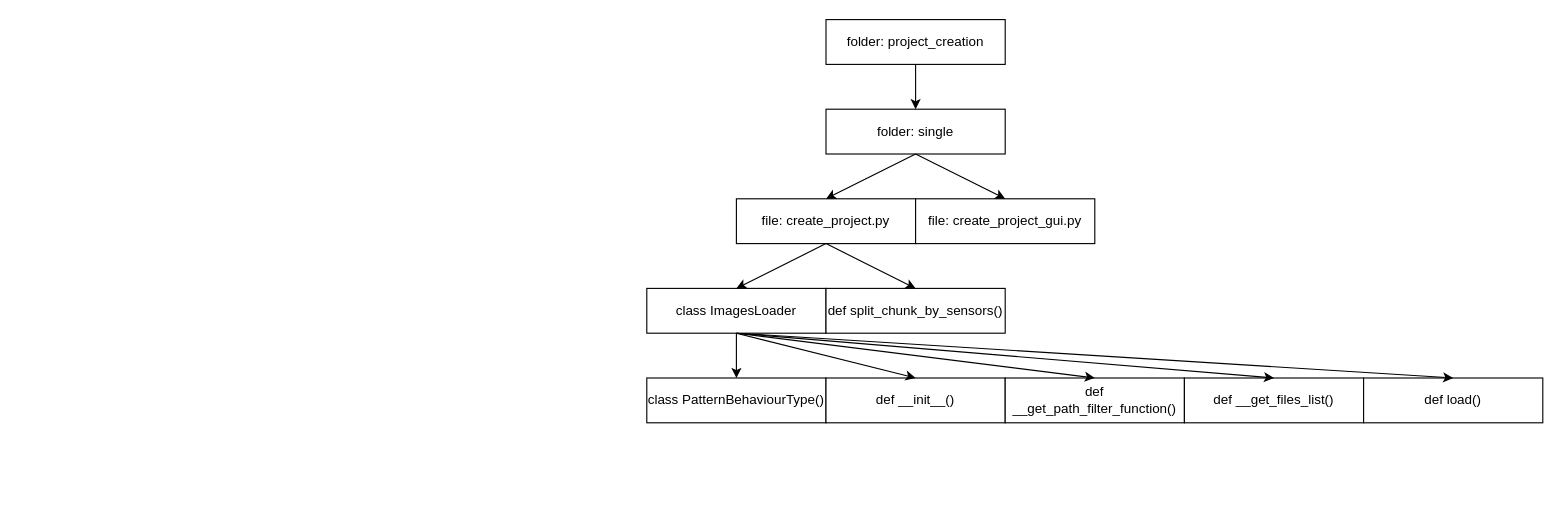
go-enov/diagrams keeps this draw.io diagram as CreateProjectFromDir.drawio. Above is the earlier version. Source tidied: cells renumbered, new cells numbered last; positions are measured from the earlier drawing's top-left corner, leaving out a move shared by most shapes. Both pictures are drawn from the tidied source at 112%, with x=0, y=0 at pixel (646, 19).
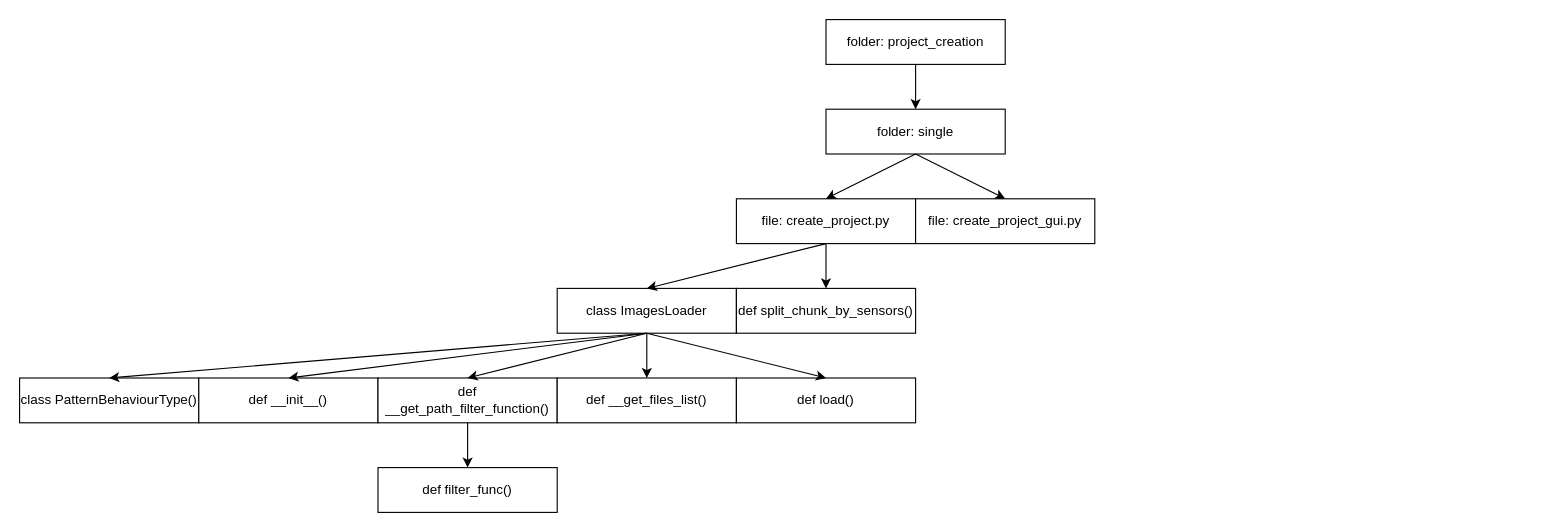
After the change.

Diff of the diagram source:
```diff
@@
     <mxCell id="9" value="class ImagesLoader" style="rounded=0;whiteSpace=wrap;html=1;" parent="1" vertex="1">
-      <mxGeometry y="240" width="160" height="40" as="geometry" />
+      <mxGeometry x="-80" y="240" width="160" height="40" as="geometry" />
     </mxCell>
@@
     <mxCell id="11" value="def split_chunk_by_sensors()" style="rounded=0;whiteSpace=wrap;html=1;" parent="1" vertex="1">
-      <mxGeometry x="160" y="240" width="160" height="40" as="geometry" />
+      <mxGeometry x="80" y="240" width="160" height="40" as="geometry" />
     </mxCell>
@@
     <mxCell id="13" value="class PatternBehaviourType()" style="rounded=0;whiteSpace=wrap;html=1;" parent="1" vertex="1">
-      <mxGeometry y="320" width="160" height="40" as="geometry" />
+      <mxGeometry x="-560" y="320" width="160" height="40" as="geometry" />
     </mxCell>
@@
     <mxCell id="15" value="def __init__()" style="rounded=0;whiteSpace=wrap;html=1;" parent="1" vertex="1">
-      <mxGeometry x="160" y="320" width="160" height="40" as="geometry" />
+      <mxGeometry x="-400" y="320" width="160" height="40" as="geometry" />
     </mxCell>
     <mxCell id="16" value="def __get_path_filter_function()" style="rounded=0;whiteSpace=wrap;html=1;" parent="1" vertex="1">
-      <mxGeometry x="320" y="320" width="160" height="40" as="geometry" />
+      <mxGeometry x="-240" y="320" width="160" height="40" as="geometry" />
     </mxCell>
     <mxCell id="17" value="def __get_files_list()" style="rounded=0;whiteSpace=wrap;html=1;" parent="1" vertex="1">
-      <mxGeometry x="480" y="320" width="160" height="40" as="geometry" />
+      <mxGeometry x="-80" y="320" width="160" height="40" as="geometry" />
     </mxCell>
     <mxCell id="18" value="def load()" style="rounded=0;whiteSpace=wrap;html=1;" parent="1" vertex="1">
-      <mxGeometry x="640" y="320" width="160" height="40" as="geometry" />
+      <mxGeometry x="80" y="320" width="160" height="40" as="geometry" />
     </mxCell>
@@
+    <mxCell id="23" value="def filter_func()" style="rounded=0;whiteSpace=wrap;html=1;" parent="1" vertex="1">
+      <mxGeometry x="-240" y="400" width="160" height="40" as="geometry" />
+    </mxCell>
+    <mxCell id="24" style="endArrow=classic;html=1;rounded=0;exitX=0.5;exitY=1;exitDx=0;exitDy=0;entryX=0.5;entryY=0;entryDx=0;entryDy=0;" parent="1" edge="1" source="16" target="23">
+      <mxGeometry relative="1" as="geometry" />
+    </mxCell>
```
